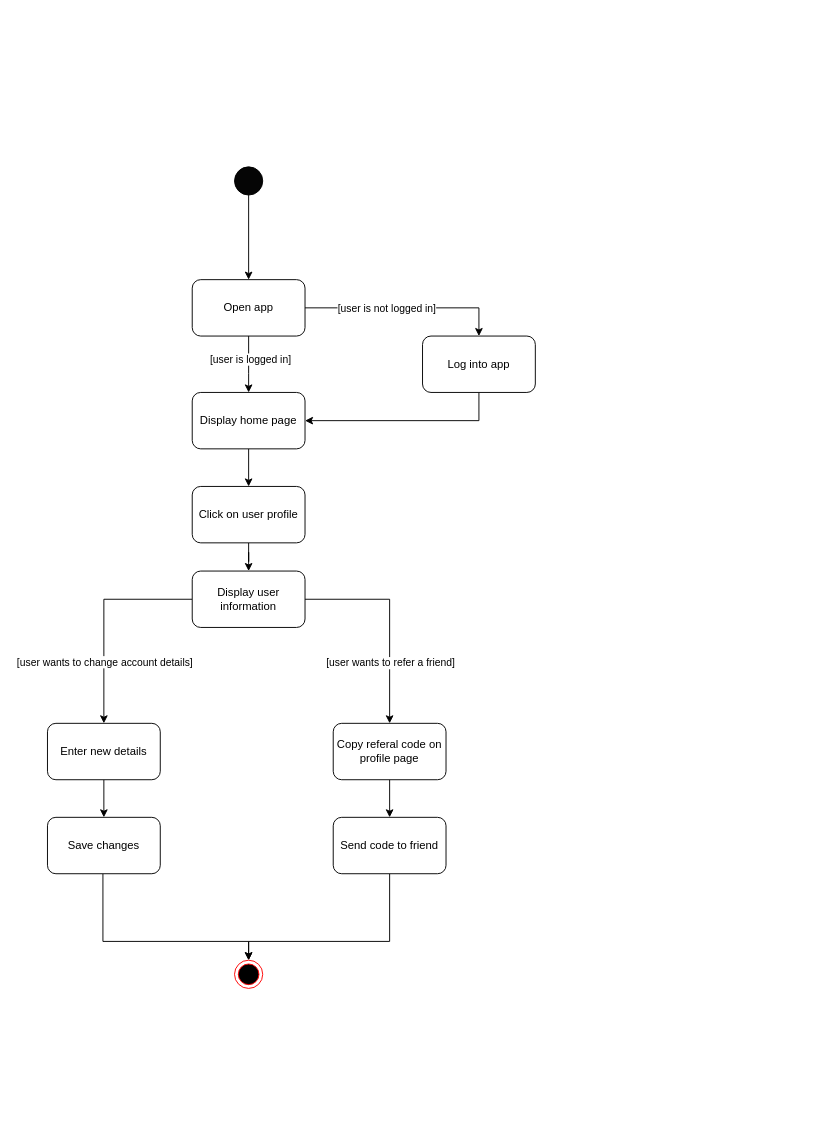
The draw.io diagram ActivityDiagram_UserDetailsReferral.drawio in ahammond3aws/DC2SEN, before the edit. Source tidied: cells renumbered, new cells numbered last; positions are measured from the earlier drawing's top-left corner, leaving out a move shared by most shapes. Both pictures are drawn from the tidied source at 94%, with x=0, y=0 at pixel (47, 166).
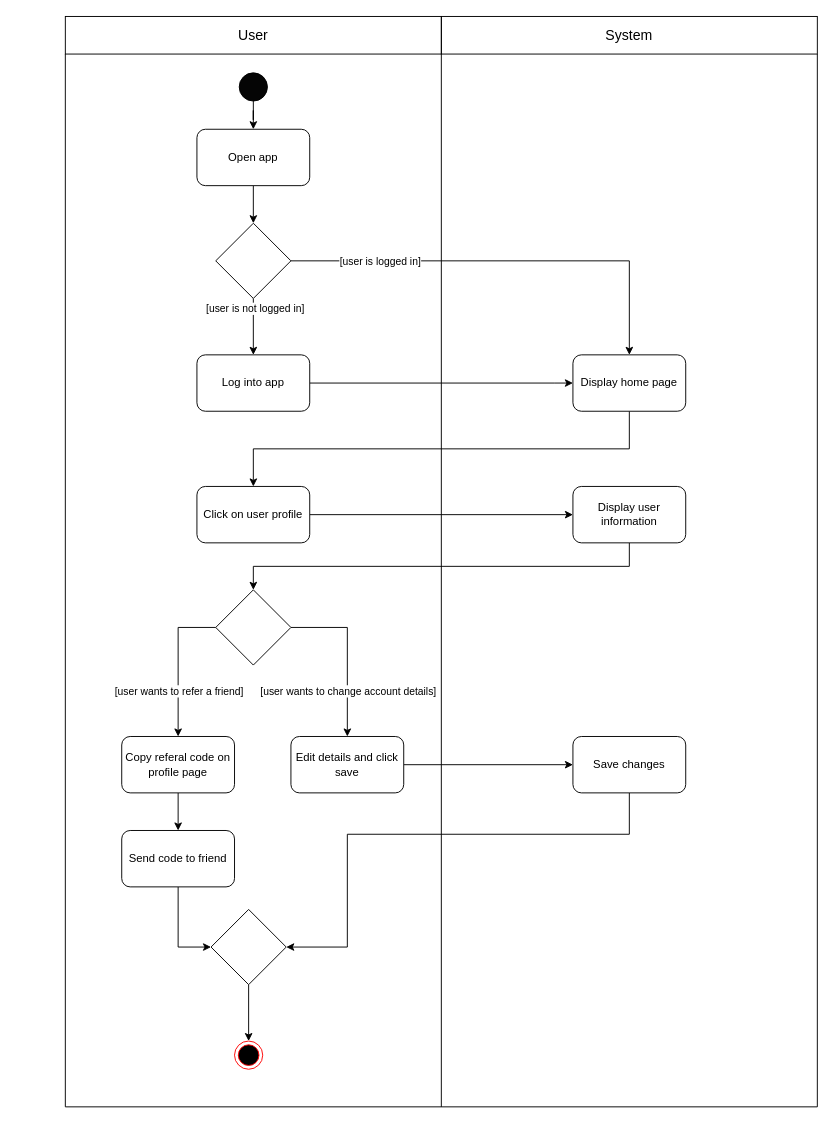
The same page after the edit.

Diff of the diagram source:
```diff
@@
     <mxCell id="3" style="ellipse;whiteSpace=wrap;html=1;direction=east;fillColor=#050505;" parent="1" vertex="1">
-      <mxGeometry x="199" width="30" height="30" as="geometry" />
+      <mxGeometry x="204" y="-100" width="30" height="30" as="geometry" />
     </mxCell>
-    <mxCell id="4" style="edgeStyle=orthogonalEdgeStyle;rounded=0;jettySize=auto;html=1;entryX=0.5;entryY=0;entryDx=0;entryDy=0;" parent="1" edge="1" source="8" target="27">
-      <mxGeometry relative="1" as="geometry">
-        <Array as="points">
-          <mxPoint x="214" y="220" />
-          <mxPoint x="214" y="220" />
-        </Array>
-      </mxGeometry>
-    </mxCell>
-    <mxCell id="5" value="[user is logged in]" style="edgeLabel;html=1;align=center;verticalAlign=middle;" parent="4" vertex="1">
-      <mxGeometry x="-0.2" y="1" relative="1" as="geometry" />
-    </mxCell>
-    <mxCell id="6" style="edgeStyle=orthogonalEdgeStyle;rounded=0;jettySize=auto;html=1;" parent="1" edge="1" source="8" target="25">
-      <mxGeometry relative="1" as="geometry">
-        <Array as="points">
-          <mxPoint x="459" y="150" />
-        </Array>
-      </mxGeometry>
-    </mxCell>
-    <mxCell id="7" value="[user is not logged in]" style="edgeLabel;html=1;align=center;verticalAlign=middle;" parent="6" vertex="1">
-      <mxGeometry x="-0.31" y="3" relative="1" as="geometry">
-        <mxPoint x="12" y="3" as="offset" />
-      </mxGeometry>
-    </mxCell>
+    <mxCell id="29" style="edgeStyle=orthogonalEdgeStyle;rounded=0;jettySize=auto;html=1;exitX=0.5;exitY=1;exitDx=0;exitDy=0;entryX=0.5;entryY=0;entryDx=0;entryDy=0;" parent="1" edge="1" source="8" target="35">
+      <mxGeometry relative="1" as="geometry" />
+    </mxCell>
     <mxCell id="8" value="Open app" style="rounded=1;whiteSpace=wrap;html=1;fillColor=#FFFFFF;" parent="1" vertex="1">
-      <mxGeometry x="154" y="120" width="120" height="60" as="geometry" />
+      <mxGeometry x="159" y="-40" width="120" height="60" as="geometry" />
     </mxCell>
-    <mxCell id="9" style="edgeStyle=orthogonalEdgeStyle;rounded=0;jettySize=auto;html=1;" parent="1" edge="1" source="13" target="15">
+    <mxCell id="9" style="edgeStyle=orthogonalEdgeStyle;rounded=0;jettySize=auto;html=1;exitX=1;exitY=0.5;exitDx=0;exitDy=0;" parent="1" edge="1" source="41" target="15">
       <mxGeometry relative="1" as="geometry" />
     </mxCell>
     <mxCell id="10" value="[user wants to change account details]" style="edgeLabel;html=1;align=center;verticalAlign=middle;" parent="9" vertex="1">
       <mxGeometry x="0.29" y="2" relative="1" as="geometry">
-        <mxPoint x="-2" y="14" as="offset" />
+        <mxPoint x="-2" y="13" as="offset" />
       </mxGeometry>
     </mxCell>
-    <mxCell id="11" style="edgeStyle=orthogonalEdgeStyle;rounded=0;jettySize=auto;html=1;" parent="1" edge="1" source="13" target="19">
+    <mxCell id="11" style="edgeStyle=orthogonalEdgeStyle;rounded=0;jettySize=auto;html=1;exitX=0;exitY=0.5;exitDx=0;exitDy=0;" parent="1" edge="1" source="41" target="19">
       <mxGeometry relative="1" as="geometry" />
     </mxCell>
     <mxCell id="12" value="[user wants to refer a friend]" style="edgeLabel;html=1;align=center;verticalAlign=middle;" parent="11" vertex="1">
       <mxGeometry x="0.32" relative="1" as="geometry">
-        <mxPoint y="10" as="offset" />
+        <mxPoint y="4" as="offset" />
       </mxGeometry>
     </mxCell>
+    <mxCell id="30" style="edgeStyle=orthogonalEdgeStyle;rounded=0;jettySize=auto;html=1;exitX=0.5;exitY=1;exitDx=0;exitDy=0;entryX=0.5;entryY=0;entryDx=0;entryDy=0;fontSize=15;" parent="1" edge="1" source="13" target="41">
+      <mxGeometry relative="1" as="geometry" />
+    </mxCell>
     <mxCell id="13" value="Display user information" style="rounded=1;whiteSpace=wrap;html=1;fillColor=#FFFFFF;" parent="1" vertex="1">
-      <mxGeometry x="154" y="430" width="120" height="60" as="geometry" />
+      <mxGeometry x="559" y="340" width="120" height="60" as="geometry" />
     </mxCell>
@@
-    <mxCell id="15" value="Enter new details" style="rounded=1;whiteSpace=wrap;html=1;fillColor=#FFFFFF;" parent="1" vertex="1">
-      <mxGeometry y="592" width="120" height="60" as="geometry" />
+    <mxCell id="15" value="Edit details and click save" style="rounded=1;whiteSpace=wrap;html=1;fillColor=#FFFFFF;" parent="1" vertex="1">
+      <mxGeometry x="259" y="606" width="120" height="60" as="geometry" />
     </mxCell>
-    <mxCell id="16" style="edgeStyle=orthogonalEdgeStyle;rounded=0;jettySize=auto;html=1;entryX=0.5;entryY=0;entryDx=0;entryDy=0;" parent="1" edge="1" source="17" target="28">
-      <mxGeometry relative="1" as="geometry">
-        <Array as="points">
-          <mxPoint x="59" y="824" />
-          <mxPoint x="214" y="824" />
-        </Array>
-      </mxGeometry>
-    </mxCell>
+    <mxCell id="31" style="edgeStyle=orthogonalEdgeStyle;rounded=0;jettySize=auto;html=1;exitX=0.5;exitY=1;exitDx=0;exitDy=0;entryX=1;entryY=0.5;entryDx=0;entryDy=0;fontSize=15;" parent="1" edge="1" source="17" target="43">
+      <mxGeometry relative="1" as="geometry">
+        <Array as="points">
+          <mxPoint x="619" y="710" />
+          <mxPoint x="319" y="710" />
+          <mxPoint x="319" y="830" />
+        </Array>
+      </mxGeometry>
+    </mxCell>
     <mxCell id="17" value="Save changes" style="rounded=1;whiteSpace=wrap;html=1;fillColor=#FFFFFF;" parent="1" vertex="1">
-      <mxGeometry y="692" width="120" height="60" as="geometry" />
+      <mxGeometry x="559" y="606" width="120" height="60" as="geometry" />
     </mxCell>
@@
     <mxCell id="19" value="Copy referal code on profile page" style="rounded=1;whiteSpace=wrap;html=1;fillColor=#FFFFFF;" parent="1" vertex="1">
-      <mxGeometry x="304" y="592" width="120" height="60" as="geometry" />
+      <mxGeometry x="79" y="606" width="120" height="60" as="geometry" />
     </mxCell>
-    <mxCell id="20" style="edgeStyle=orthogonalEdgeStyle;rounded=0;jettySize=auto;html=1;entryX=0.5;entryY=0;entryDx=0;entryDy=0;exitX=0.5;exitY=1;exitDx=0;exitDy=0;" parent="1" edge="1" source="21" target="28">
-      <mxGeometry relative="1" as="geometry">
-        <Array as="points">
-          <mxPoint x="364" y="824" />
-          <mxPoint x="214" y="824" />
-        </Array>
-      </mxGeometry>
-    </mxCell>
+    <mxCell id="32" style="edgeStyle=orthogonalEdgeStyle;rounded=0;jettySize=auto;html=1;exitX=0.5;exitY=1;exitDx=0;exitDy=0;entryX=0;entryY=0.5;entryDx=0;entryDy=0;fontSize=15;" parent="1" edge="1" source="21" target="43">
+      <mxGeometry relative="1" as="geometry" />
+    </mxCell>
     <mxCell id="21" value="Send code to friend" style="rounded=1;whiteSpace=wrap;html=1;fillColor=#FFFFFF;" parent="1" vertex="1">
-      <mxGeometry x="304" y="692" width="120" height="60" as="geometry" />
+      <mxGeometry x="79" y="706" width="120" height="60" as="geometry" />
     </mxCell>
-    <mxCell id="22" style="edgeStyle=orthogonalEdgeStyle;rounded=0;jettySize=auto;html=1;entryX=0.5;entryY=0;entryDx=0;entryDy=0;" parent="1" edge="1" source="23" target="13">
+    <mxCell id="22" style="edgeStyle=orthogonalEdgeStyle;rounded=0;jettySize=auto;html=1;entryX=0;entryY=0.5;entryDx=0;entryDy=0;" parent="1" edge="1" source="23" target="13">
       <mxGeometry relative="1" as="geometry" />
     </mxCell>
     <mxCell id="23" value="Click on user profile" style="rounded=1;whiteSpace=wrap;html=1;fillColor=#FFFFFF;" parent="1" vertex="1">
-      <mxGeometry x="154" y="340" width="120" height="60" as="geometry" />
+      <mxGeometry x="159" y="340" width="120" height="60" as="geometry" />
     </mxCell>
-    <mxCell id="24" style="edgeStyle=orthogonalEdgeStyle;rounded=0;jettySize=auto;html=1;entryX=1;entryY=0.5;entryDx=0;entryDy=0;" parent="1" edge="1" source="25" target="27">
+    <mxCell id="24" style="edgeStyle=orthogonalEdgeStyle;rounded=0;jettySize=auto;html=1;exitX=1;exitY=0.5;exitDx=0;exitDy=0;entryX=0;entryY=0.5;entryDx=0;entryDy=0;" parent="1" edge="1" source="25" target="27">
       <mxGeometry relative="1" as="geometry">
         <Array as="points">
-          <mxPoint x="459" y="270" />
+          <mxPoint x="539" y="230" />
+          <mxPoint x="539" y="230" />
         </Array>
       </mxGeometry>
     </mxCell>
     <mxCell id="25" value="Log into app" style="rounded=1;whiteSpace=wrap;html=1;fillColor=#FFFFFF;" parent="1" vertex="1">
-      <mxGeometry x="399" y="180" width="120" height="60" as="geometry" />
+      <mxGeometry x="159" y="200" width="120" height="60" as="geometry" />
     </mxCell>
-    <mxCell id="26" style="edgeStyle=orthogonalEdgeStyle;rounded=0;jettySize=auto;html=1;entryX=0.5;entryY=0;entryDx=0;entryDy=0;" parent="1" edge="1" source="27" target="23">
+    <mxCell id="26" style="edgeStyle=orthogonalEdgeStyle;rounded=0;jettySize=auto;html=1;entryX=0.5;entryY=0;entryDx=0;entryDy=0;exitX=0.5;exitY=1;exitDx=0;exitDy=0;" parent="1" edge="1" source="27" target="23">
       <mxGeometry relative="1" as="geometry" />
     </mxCell>
     <mxCell id="27" value="Display home page" style="rounded=1;whiteSpace=wrap;html=1;fillColor=#FFFFFF;" parent="1" vertex="1">
-      <mxGeometry x="154" y="240" width="120" height="60" as="geometry" />
+      <mxGeometry x="559" y="200" width="120" height="60" as="geometry" />
     </mxCell>
     <mxCell id="28" style="ellipse;html=1;shape=endState;fillColor=#000000;strokeColor=#ff0000;" parent="1" vertex="1">
-      <mxGeometry x="199" y="844" width="30" height="30" as="geometry" />
+      <mxGeometry x="199" y="930" width="30" height="30" as="geometry" />
     </mxCell>
+    <mxCell id="33" style="edgeStyle=orthogonalEdgeStyle;rounded=0;jettySize=auto;html=1;exitX=1;exitY=0.5;exitDx=0;exitDy=0;entryX=0.5;entryY=0;entryDx=0;entryDy=0;" parent="1" edge="1" source="35" target="27">
+      <mxGeometry relative="1" as="geometry" />
+    </mxCell>
+    <mxCell id="5" value="[user is logged in]" style="edgeLabel;html=1;align=center;verticalAlign=middle;" parent="33" vertex="1">
+      <mxGeometry x="-0.3" relative="1" as="geometry">
+        <mxPoint x="-67" as="offset" />
+      </mxGeometry>
+    </mxCell>
+    <mxCell id="34" style="edgeStyle=orthogonalEdgeStyle;rounded=0;jettySize=auto;html=1;exitX=0.5;exitY=1;exitDx=0;exitDy=0;entryX=0.5;entryY=0;entryDx=0;entryDy=0;" parent="1" edge="1" source="35" target="25">
+      <mxGeometry relative="1" as="geometry" />
+    </mxCell>
+    <mxCell id="7" value="[user is not logged in]" style="edgeLabel;html=1;align=center;verticalAlign=middle;" parent="34" vertex="1">
+      <mxGeometry x="-0.68" y="1" relative="1" as="geometry" />
+    </mxCell>
+    <mxCell id="35" style="rhombus;whiteSpace=wrap;html=1;" parent="1" vertex="1">
+      <mxGeometry x="179" y="60" width="80" height="80" as="geometry" />
+    </mxCell>
+    <mxCell id="36" style="endArrow=none;html=1;rounded=0;" parent="1" edge="1">
+      <mxGeometry relative="1" as="geometry">
+        <mxPoint x="19" y="1000" as="sourcePoint" />
+        <mxPoint x="19" y="-120" as="targetPoint" />
+      </mxGeometry>
+    </mxCell>
+    <mxCell id="37" style="endArrow=none;html=1;rounded=0;" parent="1" edge="1">
+      <mxGeometry relative="1" as="geometry">
+        <mxPoint x="419" y="1000" as="sourcePoint" />
+        <mxPoint x="419" y="-120" as="targetPoint" />
+      </mxGeometry>
+    </mxCell>
+    <mxCell id="38" style="endArrow=none;html=1;rounded=0;" parent="1" edge="1">
+      <mxGeometry relative="1" as="geometry">
+        <mxPoint x="819" y="1000" as="sourcePoint" />
+        <mxPoint x="819" y="-120" as="targetPoint" />
+      </mxGeometry>
+    </mxCell>
+    <mxCell id="39" value="User" style="text;html=1;strokeColor=default;fillColor=none;align=center;verticalAlign=middle;whiteSpace=wrap;rounded=0;fontSize=15;" parent="1" vertex="1">
+      <mxGeometry x="19" y="-160" width="400" height="40" as="geometry" />
+    </mxCell>
+    <mxCell id="40" value="System" style="text;html=1;strokeColor=default;fillColor=none;align=center;verticalAlign=middle;whiteSpace=wrap;rounded=0;fontSize=15;" parent="1" vertex="1">
+      <mxGeometry x="419" y="-160" width="400" height="40" as="geometry" />
+    </mxCell>
+    <mxCell id="41" style="rhombus;whiteSpace=wrap;html=1;" parent="1" vertex="1">
+      <mxGeometry x="179" y="450" width="80" height="80" as="geometry" />
+    </mxCell>
+    <mxCell id="42" style="edgeStyle=orthogonalEdgeStyle;rounded=0;jettySize=auto;html=1;exitX=0.5;exitY=1;exitDx=0;exitDy=0;entryX=0.5;entryY=0;entryDx=0;entryDy=0;fontSize=15;" parent="1" edge="1" source="43" target="28">
+      <mxGeometry relative="1" as="geometry" />
+    </mxCell>
+    <mxCell id="43" style="rhombus;whiteSpace=wrap;html=1;" parent="1" vertex="1">
+      <mxGeometry x="174" y="790" width="80" height="80" as="geometry" />
+    </mxCell>
+    <mxCell id="44" style="endArrow=none;html=1;rounded=0;" parent="1" edge="1">
+      <mxGeometry relative="1" as="geometry">
+        <mxPoint x="19" y="1000" as="sourcePoint" />
+        <mxPoint x="819" y="1000" as="targetPoint" />
+      </mxGeometry>
+    </mxCell>
```
